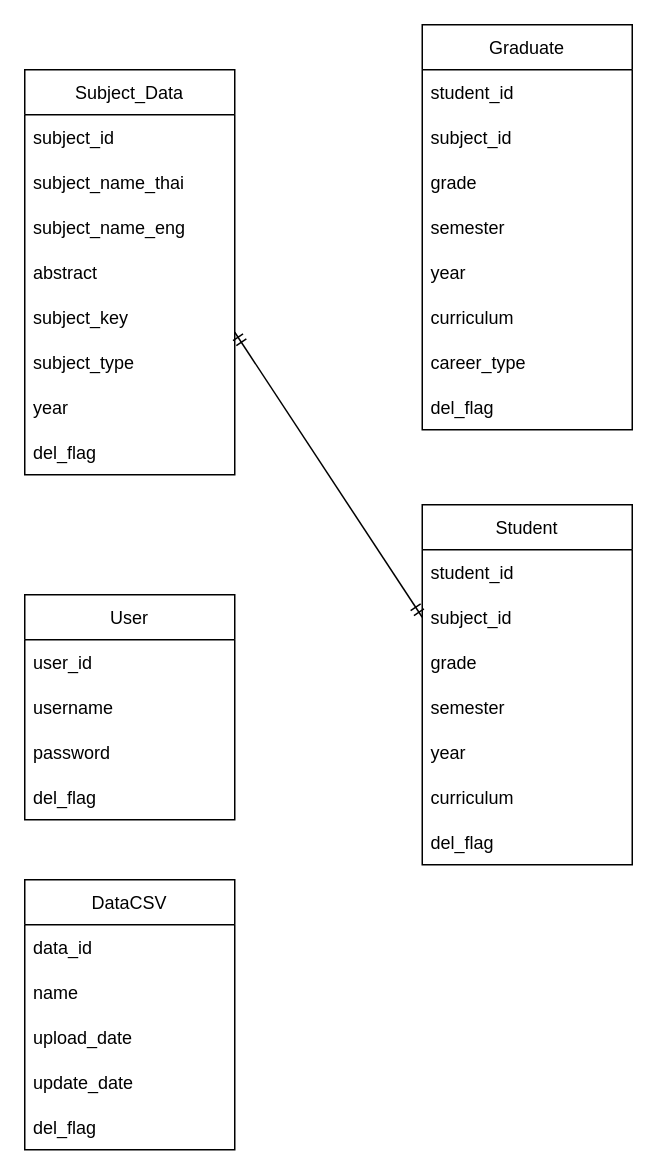
Before: Design_Architecture/Dataschema.drawio in MashMaleLLO/Analytics_and_Prediction_System_for_CE_Curriculum_administrators, a draw.io diagram. Source tidied: cells renumbered, new cells numbered last; positions are measured from the earlier drawing's top-left corner, leaving out a move shared by most shapes. Both pictures are drawn from the tidied source at 150%, with x=0, y=0 at pixel (24, 24).
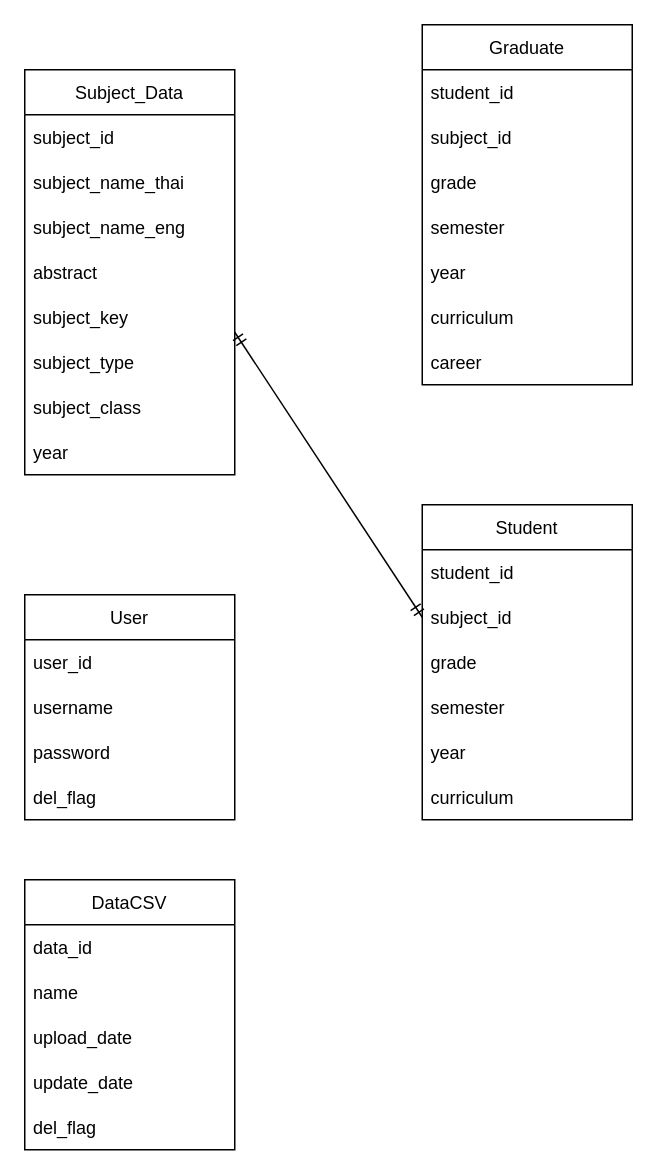
The same diagram, later.

The change refers to these unchanged cells:
```xml
<mxCell id="7" value="Subject_Data" style="swimlane;fontStyle=0;horizontal=1;startSize=30;" parent="1" vertex="1">
  <mxGeometry y="30" width="140" height="270" as="geometry" />
</mxCell>
```

The edit, as a diff of the source:
```diff
@@
+    <mxCell id="40" value="subject_class" style="text;strokeColor=none;fillColor=none;align=left;verticalAlign=middle;spacingLeft=4;spacingRight=4;overflow=hidden;" parent="7" vertex="1">
+      <mxGeometry y="210" width="140" height="30" as="geometry" />
+    </mxCell>
     <mxCell id="14" value="year" style="text;strokeColor=none;fillColor=none;align=left;verticalAlign=middle;spacingLeft=4;spacingRight=4;overflow=hidden;" parent="7" vertex="1">
-      <mxGeometry y="210" width="140" height="30" as="geometry" />
+      <mxGeometry y="240" width="140" height="30" as="geometry" />
     </mxCell>
-    <mxCell id="15" value="del_flag" style="text;strokeColor=none;fillColor=none;align=left;verticalAlign=middle;spacingLeft=4;spacingRight=4;overflow=hidden;" parent="7" vertex="1">
-      <mxGeometry y="240" width="140" height="30" as="geometry" />
-    </mxCell>
     <mxCell id="16" value="Graduate" style="swimlane;fontStyle=0;horizontal=1;startSize=30;" parent="1" vertex="1">
-      <mxGeometry x="265" width="140" height="270" as="geometry" />
+      <mxGeometry x="265" width="140" height="240" as="geometry" />
     </mxCell>
@@
-    <mxCell id="23" value="career_type" style="text;strokeColor=none;fillColor=none;align=left;verticalAlign=middle;spacingLeft=4;spacingRight=4;overflow=hidden;" parent="16" vertex="1">
+    <mxCell id="23" value="career" style="text;strokeColor=none;fillColor=none;align=left;verticalAlign=middle;spacingLeft=4;spacingRight=4;overflow=hidden;" parent="16" vertex="1">
       <mxGeometry y="210" width="140" height="30" as="geometry" />
     </mxCell>
-    <mxCell id="24" value="del_flag" style="text;strokeColor=none;fillColor=none;align=left;verticalAlign=middle;spacingLeft=4;spacingRight=4;overflow=hidden;" parent="16" vertex="1">
-      <mxGeometry y="240" width="140" height="30" as="geometry" />
-    </mxCell>
@@
     <mxCell id="31" value="Student" style="swimlane;fontStyle=0;horizontal=1;startSize=30;" parent="1" vertex="1">
-      <mxGeometry x="265" y="320" width="140" height="240" as="geometry" />
+      <mxGeometry x="265" y="320" width="140" height="210" as="geometry" />
     </mxCell>
@@
-    <mxCell id="38" value="del_flag" style="text;strokeColor=none;fillColor=none;align=left;verticalAlign=middle;spacingLeft=4;spacingRight=4;overflow=hidden;" parent="31" vertex="1">
-      <mxGeometry y="210" width="140" height="30" as="geometry" />
-    </mxCell>
```
